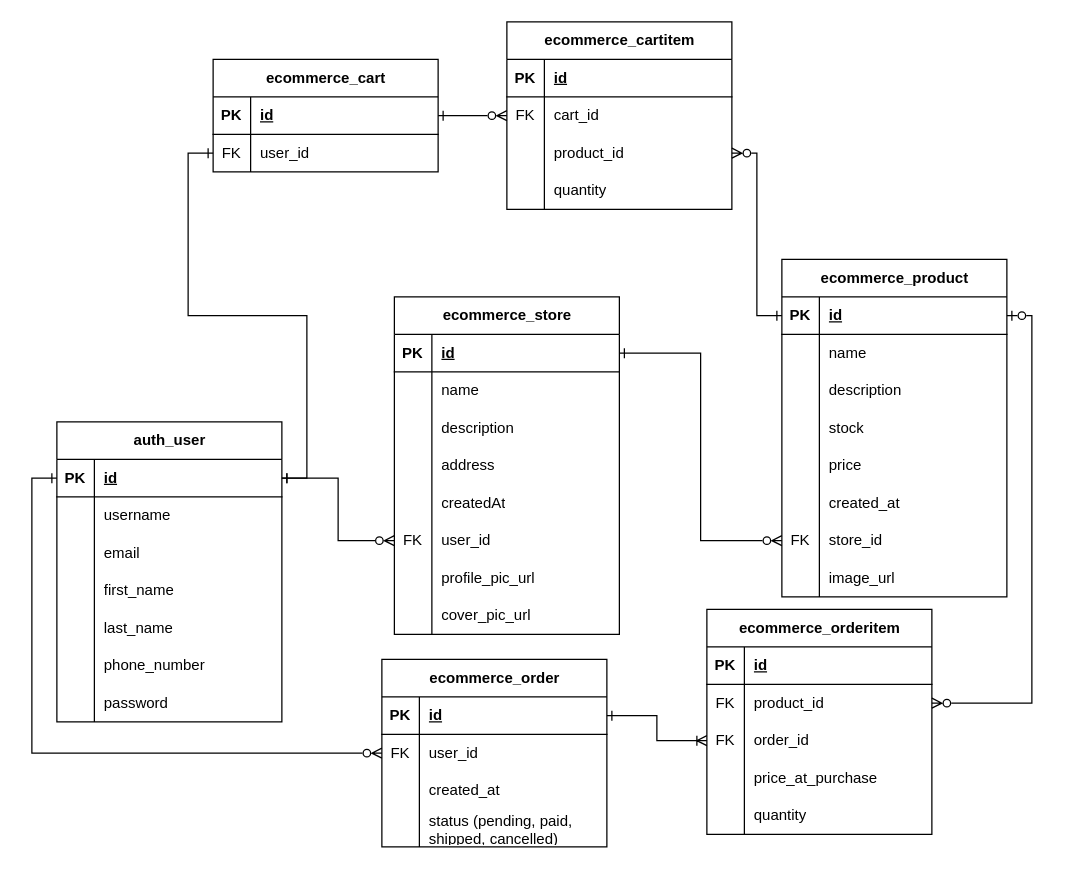
Before: page "All" (1 of 3) of E-Commerce API ERD.drawio in RHILIUS/drawio, a draw.io diagram. Source tidied: cells renumbered, new cells numbered last; positions are measured from the earlier drawing's top-left corner, leaving out a move shared by most shapes. Both pictures are drawn from the tidied source at 125%, with x=0, y=0 at pixel (56, 21).
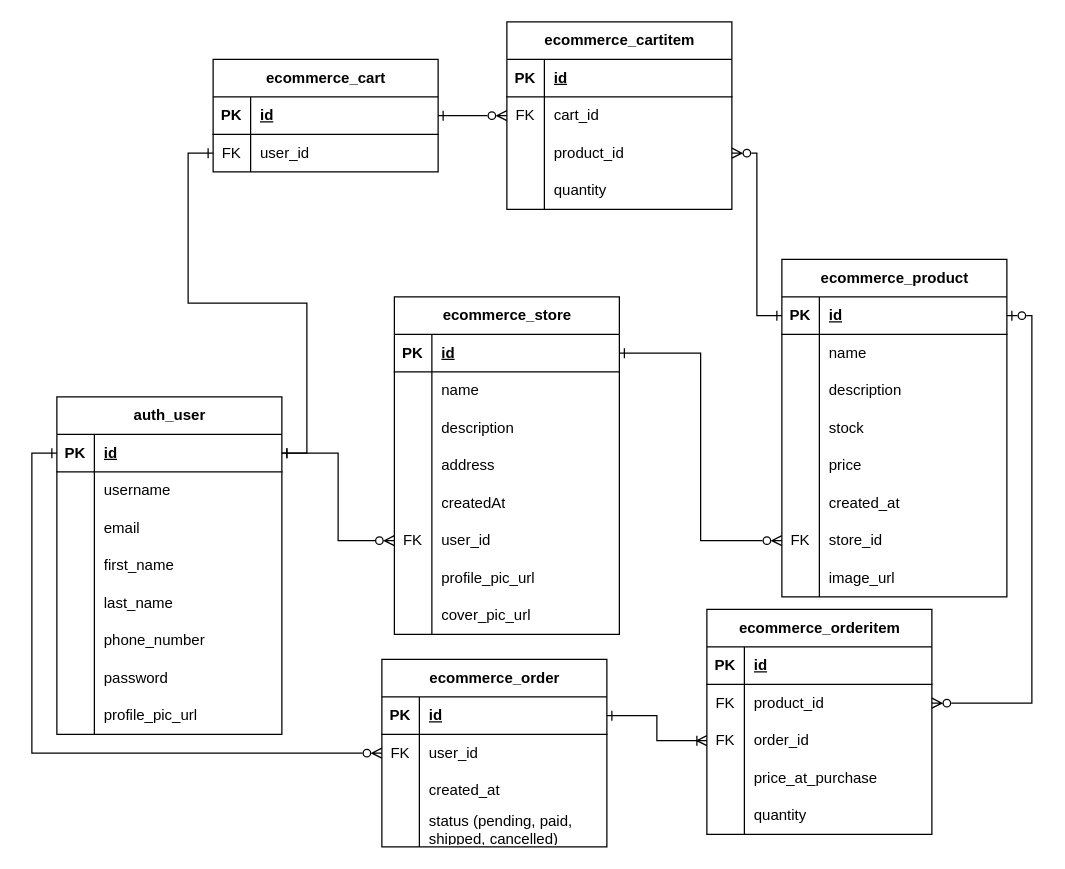
Above is the later version.

The edit, as a diff of the source:
```diff
@@
     <mxCell id="34" value="auth_user" style="shape=table;startSize=30;childLayout=tableLayout;rowLines=0;fontStyle=1;align=center;html=1;" parent="1" vertex="1">
-      <mxGeometry y="320" width="180" height="240" as="geometry" />
+      <mxGeometry y="300" width="180" height="270" as="geometry" />
     </mxCell>
@@
+    <mxCell id="131" style="shape=tableRow;horizontal=0;startSize=0;swimlaneHead=0;swimlaneBody=0;fillColor=none;top=0;left=0;right=0;bottom=0;" parent="34" vertex="1">
+      <mxGeometry y="240" width="180" height="30" as="geometry" />
+    </mxCell>
+    <mxCell id="132" style="shape=partialRectangle;fillColor=none;top=0;left=0;bottom=0;right=0;overflow=hidden;whiteSpace=wrap;html=1;" parent="131" vertex="1">
+      <mxGeometry width="30" height="30" as="geometry" />
+    </mxCell>
+    <mxCell id="133" value="profile_pic_url" style="shape=partialRectangle;fillColor=none;top=0;left=0;bottom=0;right=0;align=left;spacingLeft=6;overflow=hidden;whiteSpace=wrap;html=1;" parent="131" vertex="1">
+      <mxGeometry x="30" width="150" height="30" as="geometry" />
+    </mxCell>
```
